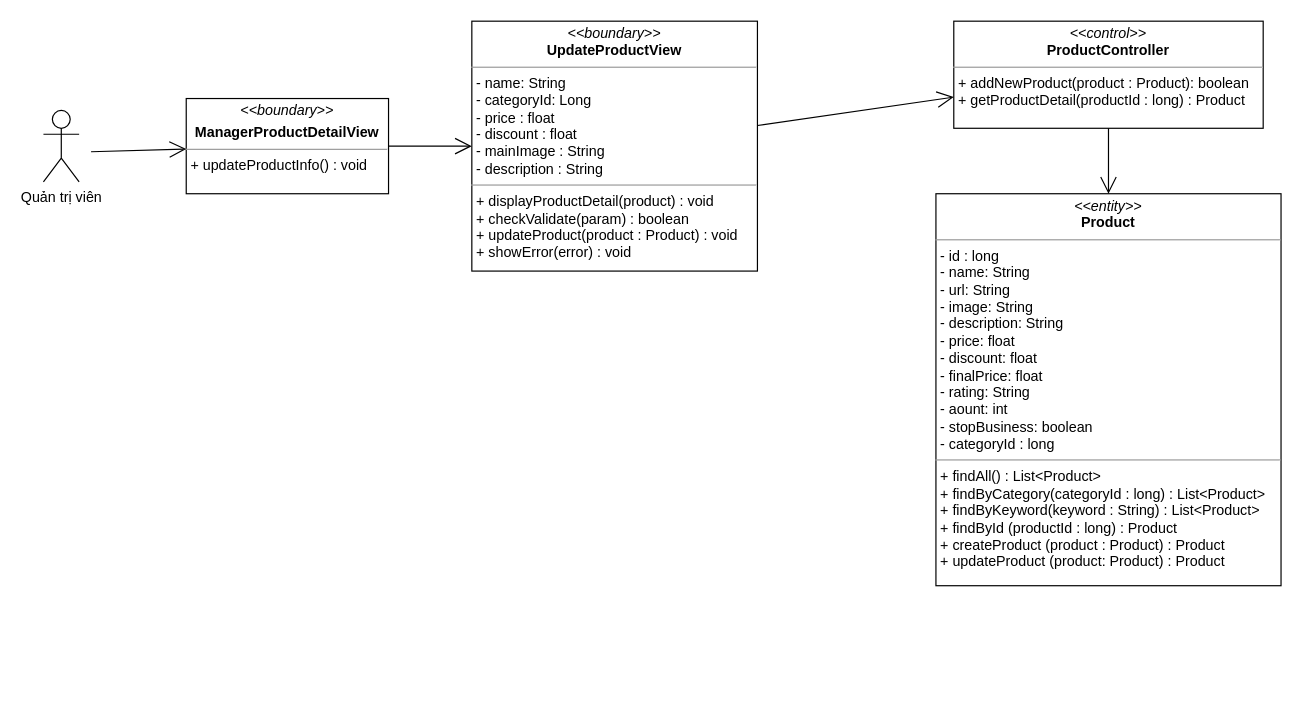
nguyenphamvan/datn_20202 keeps this draw.io diagram as class diagram/manager-update-product-class-diagram.drawio. Above is the earlier version. Source tidied: cells renumbered, new cells numbered last; positions are measured from the earlier drawing's top-left corner, leaving out a move shared by most shapes. Both pictures are drawn from the tidied source at 119%, with x=0, y=0 at pixel (43, 20).
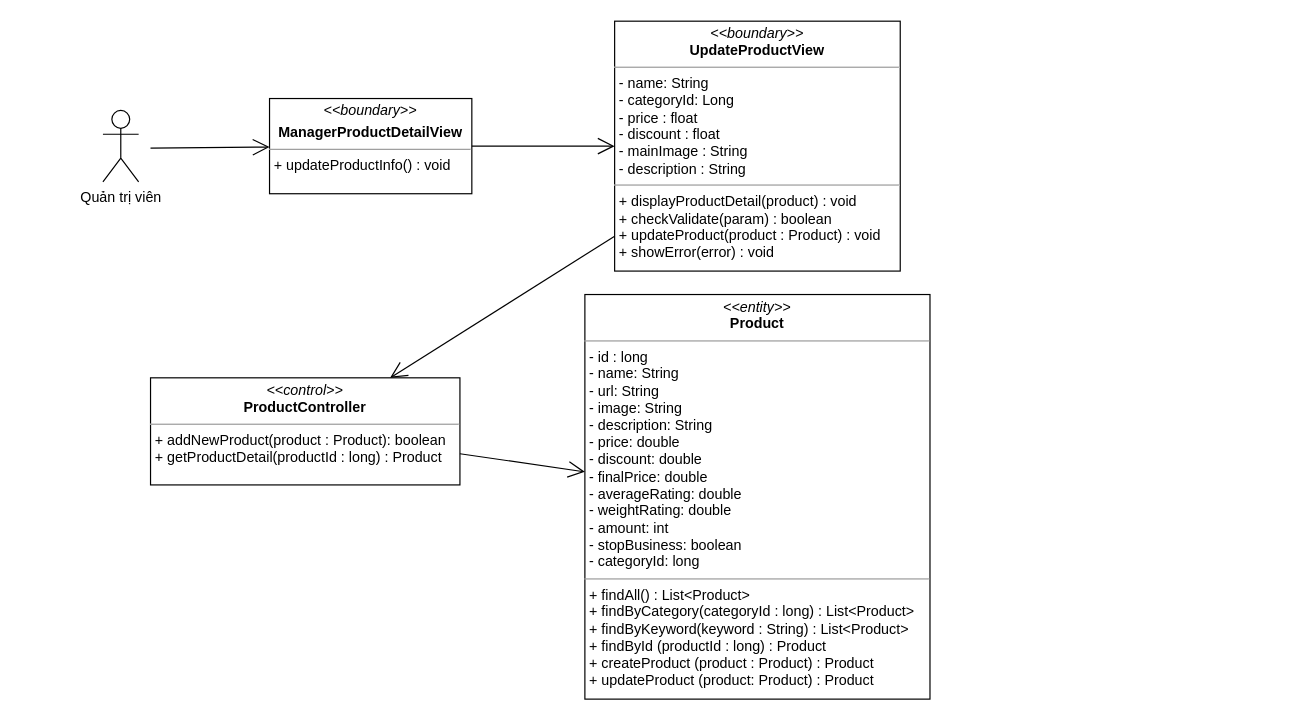
The same diagram, later.

Change to the diagram source:
```diff
@@
 <mxGraphModel>
   <root>
     <mxCell id="0" />
     <mxCell id="1" parent="0" />
     <mxCell id="2" value="&lt;p style=&quot;margin: 0px ; margin-top: 4px ; text-align: center&quot;&gt;&lt;i&gt;&amp;lt;&amp;lt;boundary&amp;gt;&amp;gt;&lt;/i&gt;&lt;/p&gt;&lt;p style=&quot;margin: 0px ; margin-top: 4px ; text-align: center&quot;&gt;&lt;b&gt;ManagerProductDetailView&lt;/b&gt;&lt;/p&gt;&lt;hr size=&quot;1&quot;&gt;&lt;p style=&quot;margin: 0px ; margin-left: 4px&quot;&gt;&lt;span&gt;+ updateProductInfo() : void&lt;br&gt;&lt;/span&gt;&lt;/p&gt;" style="verticalAlign=top;align=left;overflow=fill;fontSize=12;fontFamily=Helvetica;html=1;" parent="1" vertex="1">
-      <mxGeometry x="120" y="65.3" width="170" height="80" as="geometry" />
+      <mxGeometry x="190" y="65.3" width="170" height="80" as="geometry" />
     </mxCell>
     <mxCell id="3" style="endArrow=open;endFill=1;endSize=12;html=1;exitX=1;exitY=0.5;exitDx=0;exitDy=0;" parent="1" edge="1" source="2" target="7">
       <mxGeometry relative="1" as="geometry" />
     </mxCell>
     <mxCell id="4" value="&lt;p style=&quot;margin: 0px ; margin-top: 4px ; text-align: center&quot;&gt;&lt;i&gt;&amp;lt;&amp;lt;control&amp;gt;&amp;gt;&lt;/i&gt;&lt;br&gt;&lt;b&gt;ProductController&lt;/b&gt;&lt;/p&gt;&lt;hr size=&quot;1&quot;&gt;&lt;p style=&quot;margin: 0px ; margin-left: 4px&quot;&gt;+ addNewProduct(product : Product): boolean&lt;br&gt;&lt;/p&gt;&lt;p style=&quot;margin: 0px ; margin-left: 4px&quot;&gt;+ getProductDetail(productId : long) : Product&lt;/p&gt;" style="verticalAlign=top;align=left;overflow=fill;fontSize=12;fontFamily=Helvetica;html=1;" parent="1" vertex="1">
-      <mxGeometry x="765" y="0.3" width="260" height="90" as="geometry" />
+      <mxGeometry x="90" y="300" width="260" height="90" as="geometry" />
     </mxCell>
-    <mxCell id="5" value="&lt;p style=&quot;margin: 0px ; margin-top: 4px ; text-align: center&quot;&gt;&lt;i&gt;&amp;lt;&amp;lt;entity&amp;gt;&amp;gt;&lt;/i&gt;&lt;br&gt;&lt;b&gt;Product&lt;/b&gt;&lt;/p&gt;&lt;hr size=&quot;1&quot;&gt;&lt;p style=&quot;margin: 0px ; margin-left: 4px&quot;&gt;- id : long&lt;/p&gt;&lt;p style=&quot;margin: 0px ; margin-left: 4px&quot;&gt;- name: String&lt;br&gt;- url: String&lt;/p&gt;&lt;p style=&quot;margin: 0px ; margin-left: 4px&quot;&gt;- image: String&lt;/p&gt;&lt;p style=&quot;margin: 0px ; margin-left: 4px&quot;&gt;- description: String&lt;/p&gt;&lt;p style=&quot;margin: 0px ; margin-left: 4px&quot;&gt;- price: float&lt;/p&gt;&lt;p style=&quot;margin: 0px ; margin-left: 4px&quot;&gt;- discount: float&lt;/p&gt;&lt;p style=&quot;margin: 0px ; margin-left: 4px&quot;&gt;- finalPrice: float&lt;/p&gt;&lt;p style=&quot;margin: 0px ; margin-left: 4px&quot;&gt;- rating: String&lt;/p&gt;&lt;p style=&quot;margin: 0px ; margin-left: 4px&quot;&gt;- aount: int&lt;/p&gt;&lt;p style=&quot;margin: 0px ; margin-left: 4px&quot;&gt;- stopBusiness: boolean&lt;/p&gt;&lt;p style=&quot;margin: 0px ; margin-left: 4px&quot;&gt;- categoryId : long&lt;/p&gt;&lt;hr size=&quot;1&quot;&gt;&lt;p style=&quot;margin: 0px 0px 0px 4px&quot;&gt;+ findAll() : List&amp;lt;Product&amp;gt;&lt;/p&gt;&lt;p style=&quot;margin: 0px 0px 0px 4px&quot;&gt;+ findByCategory(categoryId : long) : List&amp;lt;Product&amp;gt;&lt;/p&gt;&lt;p style=&quot;margin: 0px 0px 0px 4px&quot;&gt;+ findByKeyword(keyword : String) : List&amp;lt;Product&amp;gt;&lt;/p&gt;&lt;p style=&quot;margin: 0px 0px 0px 4px&quot;&gt;+ findById (productId : long) : Product&lt;/p&gt;&lt;p style=&quot;margin: 0px 0px 0px 4px&quot;&gt;+ createProduct (product : Product) : Product&lt;/p&gt;&lt;p style=&quot;margin: 0px 0px 0px 4px&quot;&gt;+ updateProduct (product: Product) : Product&lt;/p&gt;" style="verticalAlign=top;align=left;overflow=fill;fontSize=12;fontFamily=Helvetica;html=1;" parent="1" vertex="1">
-      <mxGeometry x="750" y="145.3" width="290" height="329.4" as="geometry" />
+    <mxCell id="5" value="&lt;p style=&quot;margin: 0px ; margin-top: 4px ; text-align: center&quot;&gt;&lt;i&gt;&amp;lt;&amp;lt;entity&amp;gt;&amp;gt;&lt;/i&gt;&lt;br&gt;&lt;b&gt;Product&lt;/b&gt;&lt;/p&gt;&lt;hr size=&quot;1&quot;&gt;&lt;p style=&quot;margin: 0px 0px 0px 4px&quot;&gt;- id : long&lt;/p&gt;&lt;p style=&quot;margin: 0px 0px 0px 4px&quot;&gt;- name: String&lt;br&gt;- url: String&lt;/p&gt;&lt;p style=&quot;margin: 0px 0px 0px 4px&quot;&gt;- image: String&lt;/p&gt;&lt;p style=&quot;margin: 0px 0px 0px 4px&quot;&gt;- description: String&lt;/p&gt;&lt;p style=&quot;margin: 0px 0px 0px 4px&quot;&gt;- price: double&lt;/p&gt;&lt;p style=&quot;margin: 0px 0px 0px 4px&quot;&gt;- discount: double&lt;/p&gt;&lt;p style=&quot;margin: 0px 0px 0px 4px&quot;&gt;- finalPrice: double&lt;/p&gt;&lt;p style=&quot;margin: 0px 0px 0px 4px&quot;&gt;- averageRating: double&lt;/p&gt;&lt;p style=&quot;margin: 0px 0px 0px 4px&quot;&gt;- weightRating: double&lt;/p&gt;&lt;p style=&quot;margin: 0px 0px 0px 4px&quot;&gt;- amount: int&lt;/p&gt;&lt;p style=&quot;margin: 0px 0px 0px 4px&quot;&gt;- stopBusiness: boolean&lt;/p&gt;&lt;p style=&quot;margin: 0px 0px 0px 4px&quot;&gt;- categoryId: long&lt;/p&gt;&lt;hr size=&quot;1&quot;&gt;&lt;p style=&quot;margin: 0px 0px 0px 4px&quot;&gt;+ findAll() : List&amp;lt;Product&amp;gt;&lt;/p&gt;&lt;p style=&quot;margin: 0px 0px 0px 4px&quot;&gt;+ findByCategory(categoryId : long) : List&amp;lt;Product&amp;gt;&lt;/p&gt;&lt;p style=&quot;margin: 0px 0px 0px 4px&quot;&gt;+ findByKeyword(keyword : String) : List&amp;lt;Product&amp;gt;&lt;/p&gt;&lt;p style=&quot;margin: 0px 0px 0px 4px&quot;&gt;+ findById (productId : long) : Product&lt;/p&gt;&lt;p style=&quot;margin: 0px 0px 0px 4px&quot;&gt;+ createProduct (product : Product) : Product&lt;/p&gt;&lt;p style=&quot;margin: 0px 0px 0px 4px&quot;&gt;+ updateProduct (product: Product) : Product&lt;/p&gt;" style="verticalAlign=top;align=left;overflow=fill;fontSize=12;fontFamily=Helvetica;html=1;" parent="1" vertex="1">
+      <mxGeometry x="455" y="230" width="290" height="340" as="geometry" />
     </mxCell>
     <mxCell id="6" style="endArrow=open;endFill=1;endSize=12;html=1;" parent="1" edge="1" source="4" target="5">
       <mxGeometry relative="1" as="geometry" />
     </mxCell>
     <mxCell id="7" value="&lt;p style=&quot;margin: 0px ; margin-top: 4px ; text-align: center&quot;&gt;&lt;i&gt;&amp;lt;&amp;lt;boundary&amp;gt;&amp;gt;&lt;/i&gt;&lt;br&gt;&lt;b&gt;UpdateProductView&lt;/b&gt;&lt;/p&gt;&lt;hr size=&quot;1&quot;&gt;&lt;p style=&quot;margin: 0px ; margin-left: 4px&quot;&gt;- name: String&lt;br&gt;- categoryId: Long&lt;/p&gt;&lt;p style=&quot;margin: 0px ; margin-left: 4px&quot;&gt;- price : float&lt;/p&gt;&lt;p style=&quot;margin: 0px ; margin-left: 4px&quot;&gt;- discount : float&lt;/p&gt;&lt;p style=&quot;margin: 0px ; margin-left: 4px&quot;&gt;- mainImage : String&lt;/p&gt;&lt;p style=&quot;margin: 0px ; margin-left: 4px&quot;&gt;- description : String&lt;/p&gt;&lt;hr size=&quot;1&quot;&gt;&lt;p style=&quot;margin: 0px 0px 0px 4px&quot;&gt;+ displayProductDetail(product) : void&lt;/p&gt;&lt;p style=&quot;margin: 0px 0px 0px 4px&quot;&gt;+ checkValidate(param) : boolean&lt;/p&gt;&lt;p style=&quot;margin: 0px 0px 0px 4px&quot;&gt;+ updateProduct(product : Product) : void&lt;/p&gt;&lt;p style=&quot;margin: 0px 0px 0px 4px&quot;&gt;+ showError(error) : void&lt;/p&gt;" style="verticalAlign=top;align=left;overflow=fill;fontSize=12;fontFamily=Helvetica;html=1;" parent="1" vertex="1">
-      <mxGeometry x="360" y="0.3" width="240" height="210" as="geometry" />
+      <mxGeometry x="480" y="0.3" width="240" height="210" as="geometry" />
     </mxCell>
     <mxCell id="8" style="endArrow=open;endFill=1;endSize=12;html=1;" parent="1" edge="1" source="7" target="4">
       <mxGeometry relative="1" as="geometry" />
     </mxCell>
     <mxCell id="9" value="Quản trị viên" style="shape=umlActor;verticalLabelPosition=bottom;verticalAlign=top;html=1;" parent="1" vertex="1">
-      <mxGeometry y="75.3" width="30" height="60" as="geometry" />
+      <mxGeometry x="50" y="75.3" width="30" height="60" as="geometry" />
     </mxCell>
     <mxCell id="10" style="endArrow=open;endFill=1;endSize=12;html=1;" parent="1" edge="1" target="2">
       <mxGeometry relative="1" as="geometry">
-        <mxPoint x="40" y="110" as="sourcePoint" />
+        <mxPoint x="90" y="107" as="sourcePoint" />
       </mxGeometry>
     </mxCell>
   </root>
 </mxGraphModel>
```
